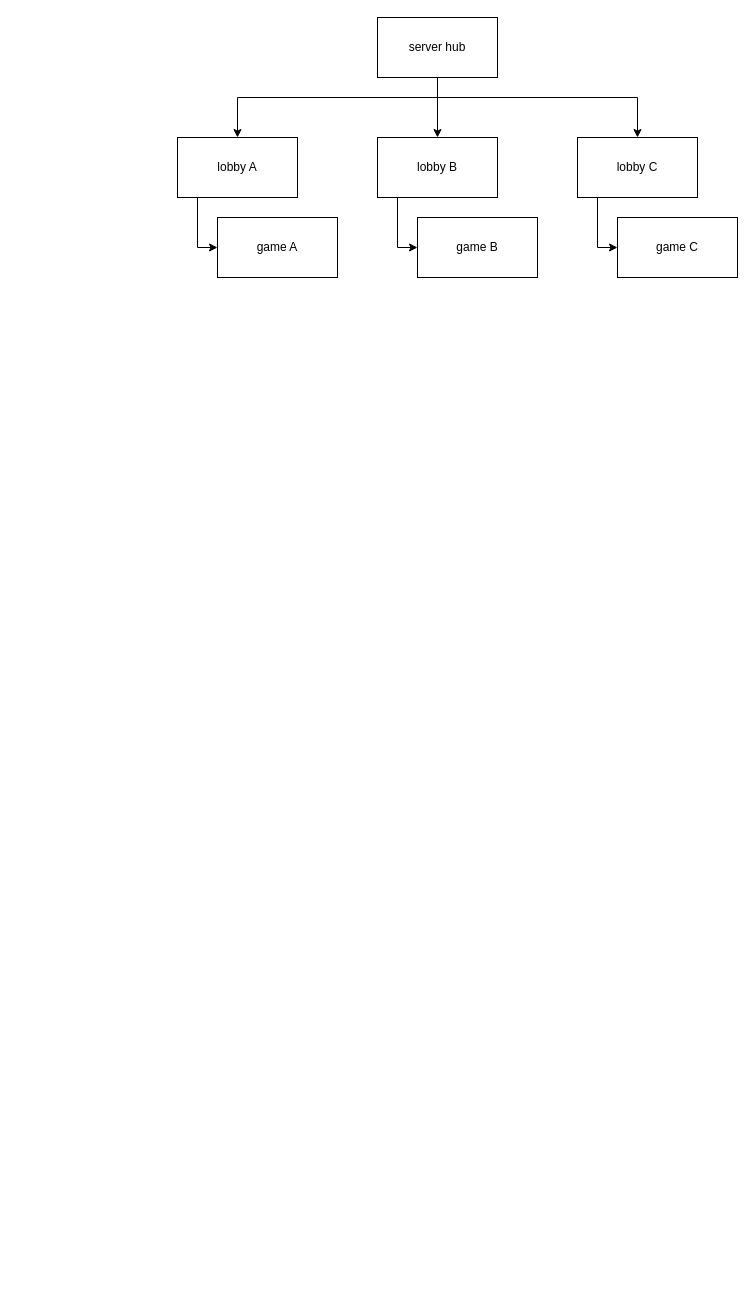
Above: server/docs/serverModel.drawio in NachoToast/SudoCluedo (draw.io), before the change. Source tidied: cells renumbered, new cells numbered last; positions are measured from the earlier drawing's top-left corner, leaving out a move shared by most shapes. Both pictures are drawn from the tidied source at 100%, with x=0, y=0 at pixel (177, 17).
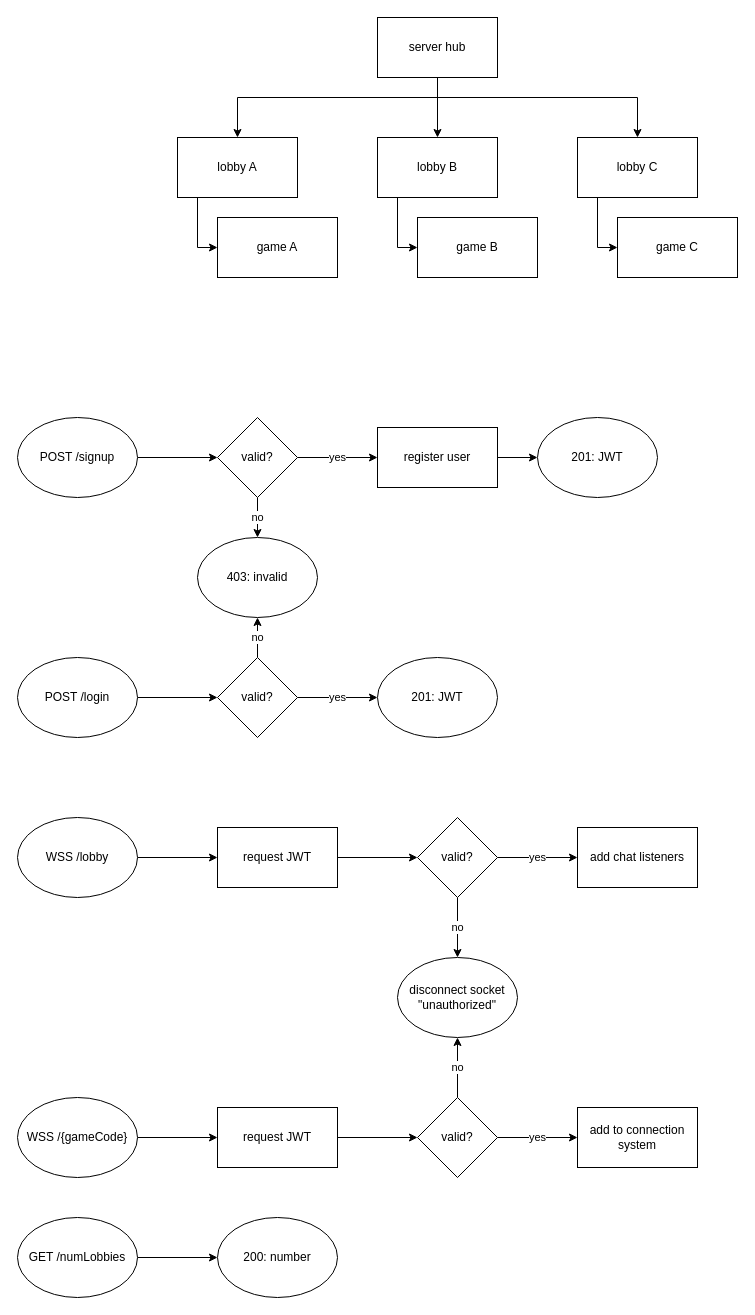
The same diagram, later.

Commit message (it also covers changes not shown here):
server setup (#2)

Diff of the diagram source:
```diff
@@
+    <mxCell id="15" style="edgeStyle=orthogonalEdgeStyle;rounded=0;jettySize=auto;html=1;" parent="1" edge="1" source="16" target="21">
+      <mxGeometry relative="1" as="geometry" />
+    </mxCell>
+    <mxCell id="16" value="POST /signup" style="ellipse;whiteSpace=wrap;html=1;" parent="1" vertex="1">
+      <mxGeometry x="-160" y="400" width="120" height="80" as="geometry" />
+    </mxCell>
+    <mxCell id="17" style="edgeStyle=orthogonalEdgeStyle;rounded=0;jettySize=auto;html=1;" parent="1" edge="1" source="18" target="27">
+      <mxGeometry relative="1" as="geometry" />
+    </mxCell>
+    <mxCell id="18" value="POST /login" style="ellipse;whiteSpace=wrap;html=1;" parent="1" vertex="1">
+      <mxGeometry x="-160" y="640" width="120" height="80" as="geometry" />
+    </mxCell>
+    <mxCell id="19" value="yes" style="edgeStyle=orthogonalEdgeStyle;rounded=0;jettySize=auto;html=1;" parent="1" edge="1" source="21" target="23">
+      <mxGeometry relative="1" as="geometry" />
+    </mxCell>
+    <mxCell id="20" value="no" style="edgeStyle=orthogonalEdgeStyle;rounded=0;jettySize=auto;html=1;" parent="1" edge="1" source="21" target="29">
+      <mxGeometry relative="1" as="geometry" />
+    </mxCell>
+    <mxCell id="21" value="valid?" style="rhombus;whiteSpace=wrap;html=1;" parent="1" vertex="1">
+      <mxGeometry x="40" y="400" width="80" height="80" as="geometry" />
+    </mxCell>
+    <mxCell id="22" style="edgeStyle=orthogonalEdgeStyle;rounded=0;jettySize=auto;html=1;" parent="1" edge="1" source="23" target="24">
+      <mxGeometry relative="1" as="geometry" />
+    </mxCell>
+    <mxCell id="23" value="register user" style="rounded=0;whiteSpace=wrap;html=1;" parent="1" vertex="1">
+      <mxGeometry x="200" y="410" width="120" height="60" as="geometry" />
+    </mxCell>
+    <mxCell id="24" value="201: JWT" style="ellipse;whiteSpace=wrap;html=1;" parent="1" vertex="1">
+      <mxGeometry x="360" y="400" width="120" height="80" as="geometry" />
+    </mxCell>
+    <mxCell id="25" value="yes" style="edgeStyle=orthogonalEdgeStyle;rounded=0;jettySize=auto;html=1;" parent="1" edge="1" source="27" target="28">
+      <mxGeometry relative="1" as="geometry" />
+    </mxCell>
+    <mxCell id="26" value="no" style="edgeStyle=orthogonalEdgeStyle;rounded=0;jettySize=auto;html=1;" parent="1" edge="1" source="27" target="29">
+      <mxGeometry relative="1" as="geometry" />
+    </mxCell>
+    <mxCell id="27" value="valid?" style="rhombus;whiteSpace=wrap;html=1;" parent="1" vertex="1">
+      <mxGeometry x="40" y="640" width="80" height="80" as="geometry" />
+    </mxCell>
+    <mxCell id="28" value="201: JWT" style="ellipse;whiteSpace=wrap;html=1;" parent="1" vertex="1">
+      <mxGeometry x="200" y="640" width="120" height="80" as="geometry" />
+    </mxCell>
+    <mxCell id="29" value="403: invalid" style="ellipse;whiteSpace=wrap;html=1;" parent="1" vertex="1">
+      <mxGeometry x="20" y="520" width="120" height="80" as="geometry" />
+    </mxCell>
+    <mxCell id="30" style="edgeStyle=orthogonalEdgeStyle;rounded=0;jettySize=auto;html=1;" parent="1" edge="1" source="31" target="33">
+      <mxGeometry relative="1" as="geometry" />
+    </mxCell>
+    <mxCell id="31" value="WSS /lobby" style="ellipse;whiteSpace=wrap;html=1;" parent="1" vertex="1">
+      <mxGeometry x="-160" y="800" width="120" height="80" as="geometry" />
+    </mxCell>
+    <mxCell id="32" style="edgeStyle=orthogonalEdgeStyle;rounded=0;jettySize=auto;html=1;" parent="1" edge="1" source="33" target="36">
+      <mxGeometry relative="1" as="geometry" />
+    </mxCell>
+    <mxCell id="33" value="request JWT" style="rounded=0;whiteSpace=wrap;html=1;" parent="1" vertex="1">
+      <mxGeometry x="40" y="810" width="120" height="60" as="geometry" />
+    </mxCell>
+    <mxCell id="34" value="no" style="edgeStyle=orthogonalEdgeStyle;rounded=0;jettySize=auto;html=1;" parent="1" edge="1" source="36" target="37">
+      <mxGeometry relative="1" as="geometry" />
+    </mxCell>
+    <mxCell id="35" value="yes" style="edgeStyle=orthogonalEdgeStyle;rounded=0;jettySize=auto;html=1;" parent="1" edge="1" source="36" target="38">
+      <mxGeometry relative="1" as="geometry" />
+    </mxCell>
+    <mxCell id="36" value="valid?" style="rhombus;whiteSpace=wrap;html=1;" parent="1" vertex="1">
+      <mxGeometry x="240" y="800" width="80" height="80" as="geometry" />
+    </mxCell>
+    <mxCell id="37" value="disconnect socket&lt;br&gt;&quot;unauthorized&quot;" style="ellipse;whiteSpace=wrap;html=1;" parent="1" vertex="1">
+      <mxGeometry x="220" y="940" width="120" height="80" as="geometry" />
+    </mxCell>
+    <mxCell id="38" value="add chat listeners" style="rounded=0;whiteSpace=wrap;html=1;" parent="1" vertex="1">
+      <mxGeometry x="400" y="810" width="120" height="60" as="geometry" />
+    </mxCell>
+    <mxCell id="39" style="edgeStyle=orthogonalEdgeStyle;rounded=0;jettySize=auto;html=1;" parent="1" edge="1" source="40" target="42">
+      <mxGeometry relative="1" as="geometry" />
+    </mxCell>
+    <mxCell id="40" value="WSS /{gameCode}" style="ellipse;whiteSpace=wrap;html=1;" parent="1" vertex="1">
+      <mxGeometry x="-160" y="1080" width="120" height="80" as="geometry" />
+    </mxCell>
+    <mxCell id="41" style="edgeStyle=orthogonalEdgeStyle;rounded=0;jettySize=auto;html=1;" parent="1" edge="1" source="42" target="45">
+      <mxGeometry relative="1" as="geometry" />
+    </mxCell>
+    <mxCell id="42" value="request JWT" style="rounded=0;whiteSpace=wrap;html=1;" parent="1" vertex="1">
+      <mxGeometry x="40" y="1090" width="120" height="60" as="geometry" />
+    </mxCell>
+    <mxCell id="43" value="no" style="edgeStyle=orthogonalEdgeStyle;rounded=0;jettySize=auto;html=1;" parent="1" edge="1" source="45" target="37">
+      <mxGeometry relative="1" as="geometry" />
+    </mxCell>
+    <mxCell id="44" value="yes" style="edgeStyle=orthogonalEdgeStyle;rounded=0;jettySize=auto;html=1;" parent="1" edge="1" source="45" target="46">
+      <mxGeometry relative="1" as="geometry" />
+    </mxCell>
+    <mxCell id="45" value="valid?" style="rhombus;whiteSpace=wrap;html=1;" parent="1" vertex="1">
+      <mxGeometry x="240" y="1080" width="80" height="80" as="geometry" />
+    </mxCell>
+    <mxCell id="46" value="add to connection system" style="rounded=0;whiteSpace=wrap;html=1;" parent="1" vertex="1">
+      <mxGeometry x="400" y="1090" width="120" height="60" as="geometry" />
+    </mxCell>
+    <mxCell id="47" style="edgeStyle=orthogonalEdgeStyle;rounded=0;jettySize=auto;html=1;" parent="1" edge="1" source="48" target="49">
+      <mxGeometry relative="1" as="geometry" />
+    </mxCell>
+    <mxCell id="48" value="GET /numLobbies" style="ellipse;whiteSpace=wrap;html=1;" parent="1" vertex="1">
+      <mxGeometry x="-160" y="1200" width="120" height="80" as="geometry" />
+    </mxCell>
+    <mxCell id="49" value="200: number" style="ellipse;whiteSpace=wrap;html=1;" parent="1" vertex="1">
+      <mxGeometry x="40" y="1200" width="120" height="80" as="geometry" />
+    </mxCell>
```
